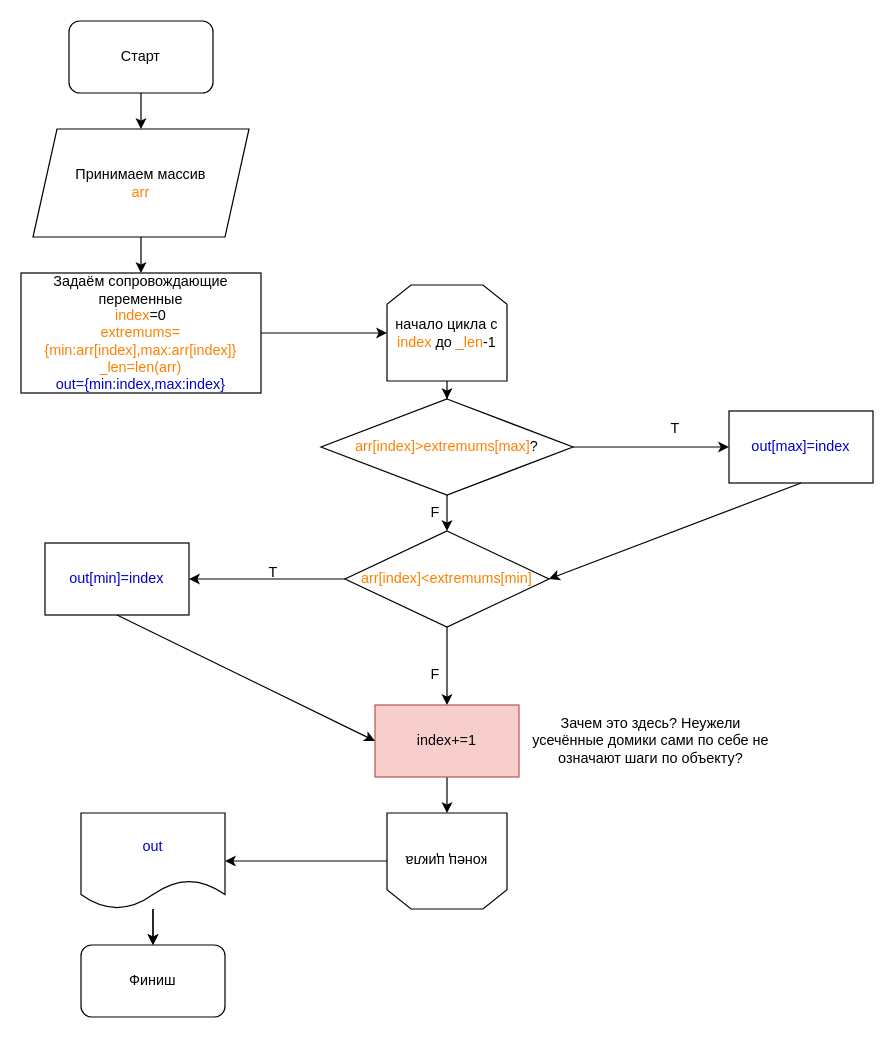
am1bestofluck/gb_devpy0922 keeps this draw.io diagram as 09-09-22/1/_tz#0.drawio. Above is the earlier version. Source tidied: cells renumbered, new cells numbered last; positions are measured from the earlier drawing's top-left corner, leaving out a move shared by most shapes. Both pictures are drawn from the tidied source at 120%, with x=0, y=0 at pixel (20, 20).
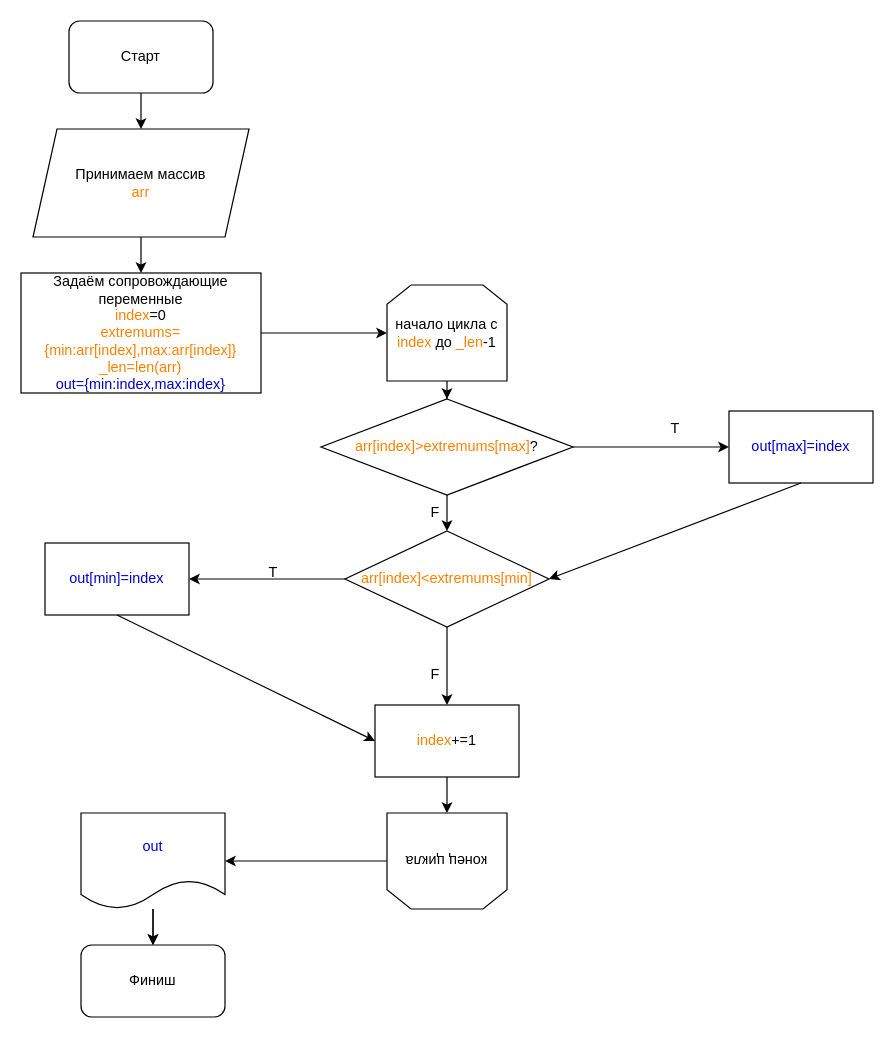
The same page after the edit.

Diff of the diagram source:
```diff
@@
-    <mxCell id="30" value="index+=1" style="rounded=0;whiteSpace=wrap;html=1;fillColor=#f8cecc;strokeColor=#b85450;" parent="1" vertex="1">
+    <mxCell id="30" value="&lt;font color=&quot;#ff8000&quot;&gt;index&lt;/font&gt;+=1" style="rounded=0;whiteSpace=wrap;html=1;" parent="1" vertex="1">
       <mxGeometry x="295" y="570" width="120" height="60" as="geometry" />
     </mxCell>
@@
-    <mxCell id="32" value="Зачем это здесь? Неужели усечённые домики сами по себе не означают шаги по объекту?" style="text;html=1;strokeColor=none;fillColor=none;align=center;verticalAlign=middle;whiteSpace=wrap;rounded=0;" parent="1" vertex="1">
-      <mxGeometry x="420" y="565" width="210" height="70" as="geometry" />
-    </mxCell>
```
